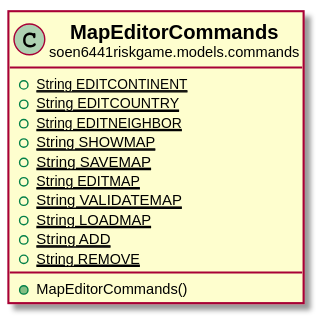
The PlantUML diagram docs/javadocs/soen6441riskgame/models/commands/MapEditorCommands.svg in huntertran/soen6441-riskgame, before a commit.
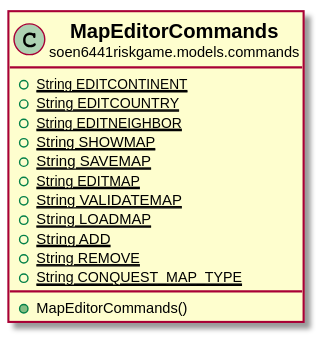
The same file after the commit.

What changed in the source:
```diff
@@ -14,6 +14,7 @@
 {static} +String LOADMAP
 {static} +String ADD
 {static} +String REMOVE
+{static} +String CONQUEST_MAP_TYPE
 +MapEditorCommands()
 }
 
```
